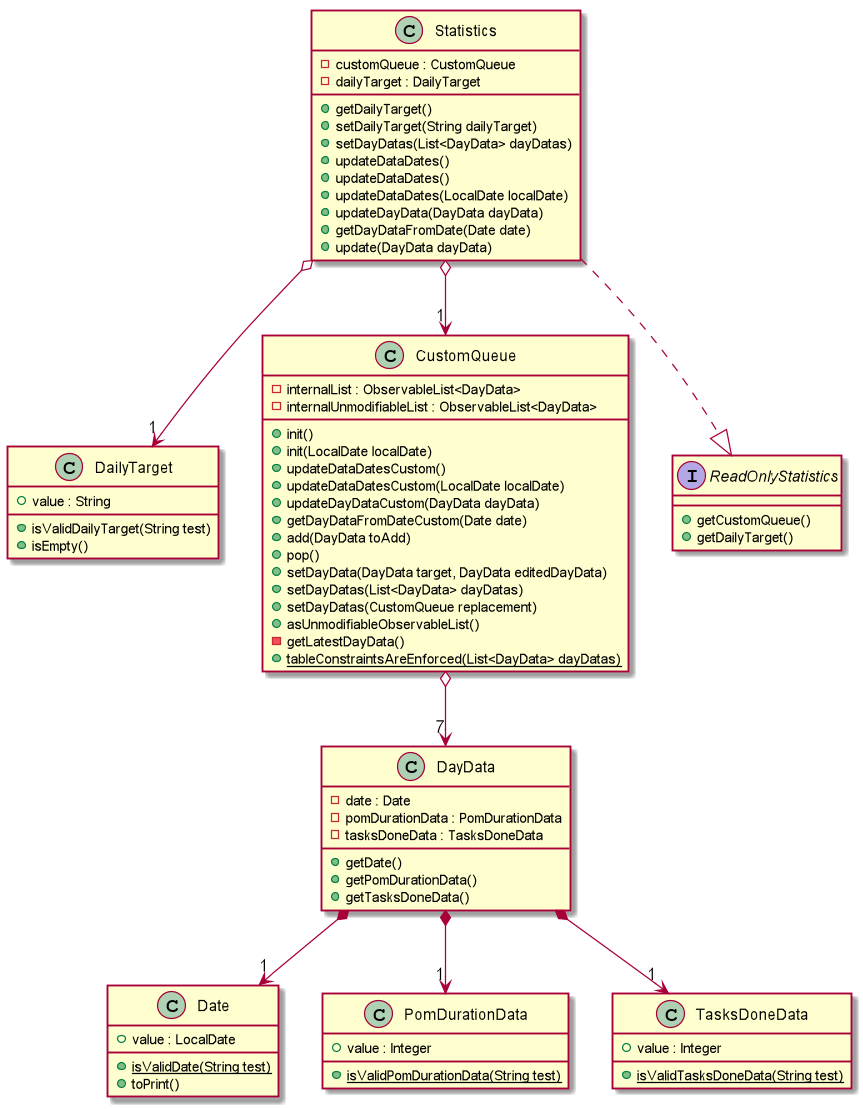
Before: docs/images/StatisticsClassDiagram.png, a diagram exported from PlantUML (nus-cs2103-AY1920S2/addressbook-level3).
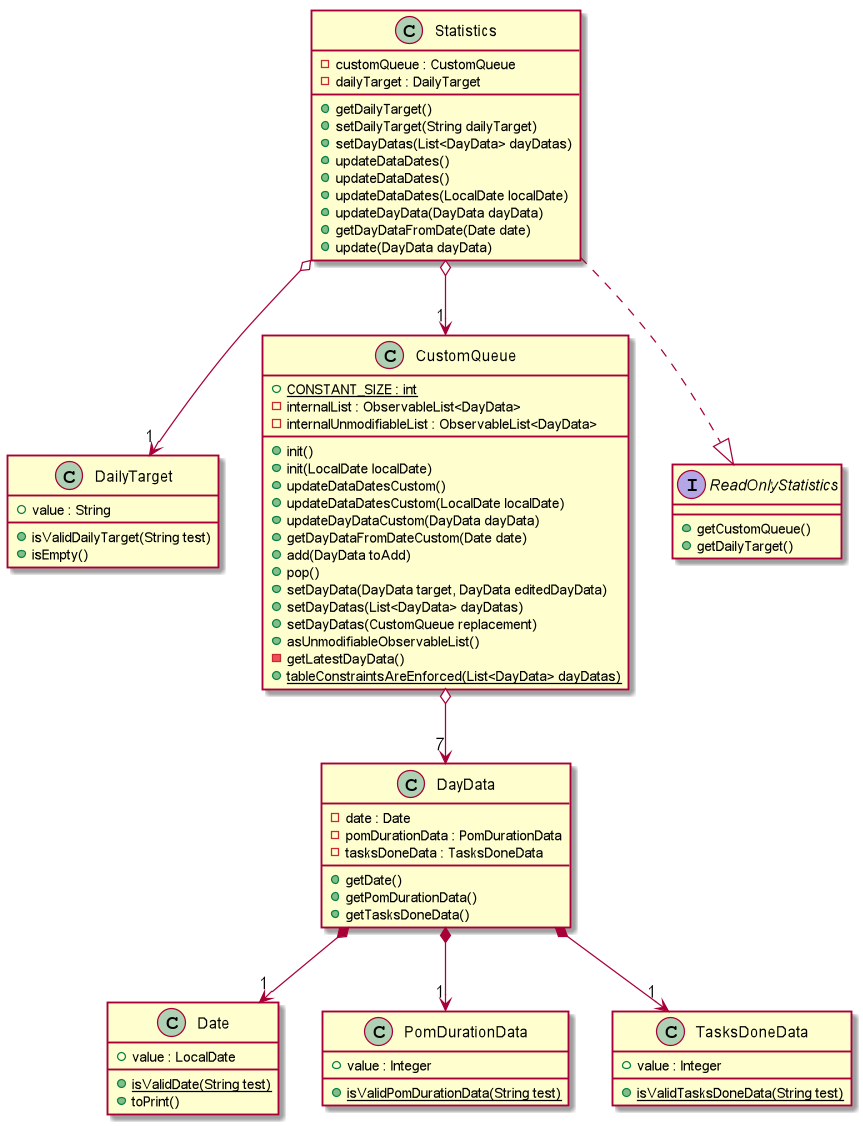
The same diagram one commit later.

Change to the diagram source:
```diff
@@ -20,6 +20,7 @@
 + isEmpty()
 }
 Class CustomQueue {
++ {static} CONSTANT_SIZE : int
 - internalList : ObservableList<DayData>
 - internalUnmodifiableList : ObservableList<DayData>
 + init()
```
